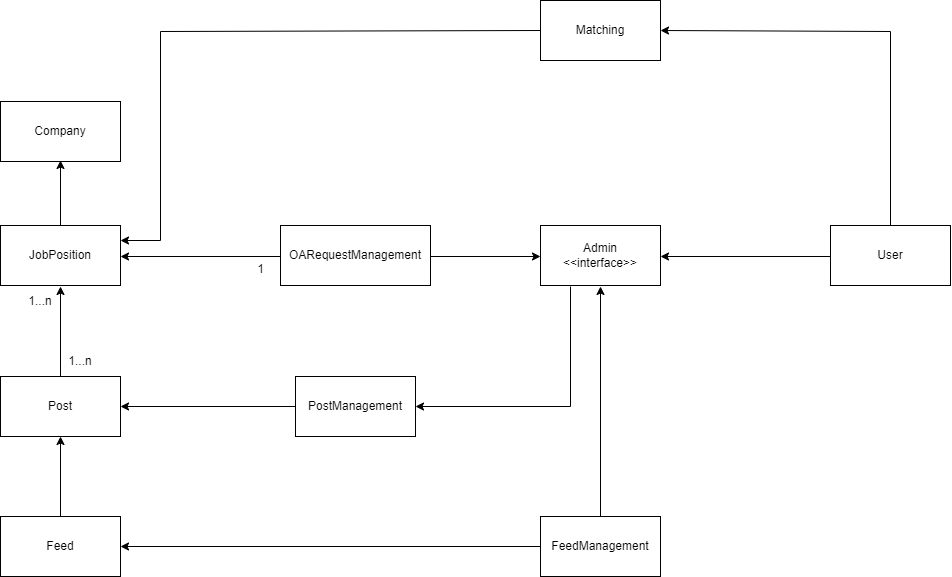
This is docs/designs/oose_UML.drawio.png from justinliuforever/oose-TeamRookieEnginners-Backend, a draw.io export, as it was before one commit. Source tidied: cells renumbered, new cells last; positions are measured from the earlier drawing's top-left corner, leaving out a move shared by most shapes. Its diagram source:
```xml
<mxGraphModel>
  <root>
    <mxCell id="0" />
    <mxCell id="1" parent="0" />
    <mxCell id="2" value="JobPosition" style="rounded=0;whiteSpace=wrap;html=1;" parent="1" vertex="1">
      <mxGeometry y="225" width="120" height="60" as="geometry" />
    </mxCell>
    <mxCell id="3" value="Post" style="rounded=0;whiteSpace=wrap;html=1;" parent="1" vertex="1">
      <mxGeometry y="376" width="120" height="60" as="geometry" />
    </mxCell>
    <mxCell id="4" value="Feed" style="rounded=0;whiteSpace=wrap;html=1;" parent="1" vertex="1">
      <mxGeometry y="516" width="120" height="60" as="geometry" />
    </mxCell>
    <mxCell id="5" value="User" style="rounded=0;whiteSpace=wrap;html=1;" parent="1" vertex="1">
      <mxGeometry x="830" y="225" width="120" height="60" as="geometry" />
    </mxCell>
    <mxCell id="6" value="OARequestManagement" style="rounded=0;whiteSpace=wrap;html=1;" parent="1" vertex="1">
      <mxGeometry x="280" y="225" width="150" height="60" as="geometry" />
    </mxCell>
    <mxCell id="7" style="endArrow=classic;html=1;rounded=0;exitX=0.5;exitY=0;exitDx=0;exitDy=0;entryX=0.5;entryY=1;entryDx=0;entryDy=0;" parent="1" edge="1" source="3">
      <mxGeometry relative="1" as="geometry">
        <mxPoint x="60" y="286" as="targetPoint" />
      </mxGeometry>
    </mxCell>
    <mxCell id="8" value="1...n" style="text;html=1;align=center;verticalAlign=middle;whiteSpace=wrap;rounded=0;" parent="1" vertex="1">
      <mxGeometry x="10" y="286" width="60" height="30" as="geometry" />
    </mxCell>
    <mxCell id="9" value="1...n" style="text;html=1;align=center;verticalAlign=middle;whiteSpace=wrap;rounded=0;" parent="1" vertex="1">
      <mxGeometry x="50" y="346" width="60" height="30" as="geometry" />
    </mxCell>
    <mxCell id="10" style="endArrow=classic;html=1;rounded=0;entryX=1;entryY=0.5;entryDx=0;entryDy=0;exitX=0;exitY=0.5;exitDx=0;exitDy=0;" parent="1" edge="1">
      <mxGeometry relative="1" as="geometry">
        <mxPoint x="280" y="256" as="sourcePoint" />
        <mxPoint x="120" y="256" as="targetPoint" />
      </mxGeometry>
    </mxCell>
    <mxCell id="11" value="1" style="text;html=1;align=center;verticalAlign=middle;strokeColor=none;fillColor=none;" parent="1" vertex="1">
      <mxGeometry x="245" y="254" width="30" height="30" as="geometry" />
    </mxCell>
    <mxCell id="12" value="Admin&lt;div&gt;&amp;lt;&amp;lt;interface&amp;gt;&amp;gt;&lt;/div&gt;" style="rounded=0;whiteSpace=wrap;html=1;" parent="1" vertex="1">
      <mxGeometry x="540" y="225" width="120" height="60" as="geometry" />
    </mxCell>
    <mxCell id="13" style="endArrow=classic;html=1;rounded=0;exitX=1;exitY=0.5;exitDx=0;exitDy=0;entryX=0;entryY=0.5;entryDx=0;entryDy=0;" parent="1" edge="1">
      <mxGeometry relative="1" as="geometry">
        <mxPoint x="430" y="256" as="sourcePoint" />
        <mxPoint x="540" y="256" as="targetPoint" />
      </mxGeometry>
    </mxCell>
    <mxCell id="14" value="FeedManagement" style="rounded=0;whiteSpace=wrap;html=1;" parent="1" vertex="1">
      <mxGeometry x="540" y="516" width="120" height="60" as="geometry" />
    </mxCell>
    <mxCell id="15" style="endArrow=classic;html=1;rounded=0;entryX=0.5;entryY=1;entryDx=0;entryDy=0;exitX=0.5;exitY=0;exitDx=0;exitDy=0;" parent="1" edge="1" source="14">
      <mxGeometry relative="1" as="geometry">
        <mxPoint x="600" y="286" as="targetPoint" />
      </mxGeometry>
    </mxCell>
    <mxCell id="16" style="endArrow=classic;html=1;rounded=0;entryX=1;entryY=0.5;entryDx=0;entryDy=0;exitX=0;exitY=0.5;exitDx=0;exitDy=0;" parent="1" edge="1">
      <mxGeometry relative="1" as="geometry">
        <mxPoint x="830" y="256" as="sourcePoint" />
        <mxPoint x="660" y="256" as="targetPoint" />
      </mxGeometry>
    </mxCell>
    <mxCell id="17" style="endArrow=classic;html=1;rounded=0;exitX=0.5;exitY=0;exitDx=0;exitDy=0;entryX=0.5;entryY=1;entryDx=0;entryDy=0;" parent="1" edge="1" source="4" target="3">
      <mxGeometry relative="1" as="geometry" />
    </mxCell>
    <mxCell id="18" style="endArrow=classic;html=1;rounded=0;entryX=1;entryY=0.5;entryDx=0;entryDy=0;exitX=0;exitY=0.5;exitDx=0;exitDy=0;" parent="1" edge="1" source="14" target="4">
      <mxGeometry relative="1" as="geometry" />
    </mxCell>
    <mxCell id="19" value="PostManagement" style="rounded=0;whiteSpace=wrap;html=1;" parent="1" vertex="1">
      <mxGeometry x="295" y="376" width="120" height="60" as="geometry" />
    </mxCell>
    <mxCell id="20" style="endArrow=classic;html=1;rounded=0;entryX=1;entryY=0.5;entryDx=0;entryDy=0;exitX=0;exitY=0.5;exitDx=0;exitDy=0;" parent="1" edge="1" source="19" target="3">
      <mxGeometry relative="1" as="geometry" />
    </mxCell>
    <mxCell id="21" style="endArrow=classic;html=1;rounded=0;exitX=0.25;exitY=1;exitDx=0;exitDy=0;entryX=1;entryY=0.5;entryDx=0;entryDy=0;" parent="1" edge="1" target="19">
      <mxGeometry relative="1" as="geometry">
        <mxPoint x="570" y="286" as="sourcePoint" />
        <Array as="points">
          <mxPoint x="570" y="406" />
        </Array>
      </mxGeometry>
    </mxCell>
    <mxCell id="22" value="Company" style="rounded=0;whiteSpace=wrap;html=1;" parent="1" vertex="1">
      <mxGeometry y="101" width="120" height="60" as="geometry" />
    </mxCell>
    <mxCell id="23" style="endArrow=classic;html=1;rounded=0;exitX=0.5;exitY=0;exitDx=0;exitDy=0;entryX=0.5;entryY=1;entryDx=0;entryDy=0;" parent="1" edge="1" source="2">
      <mxGeometry relative="1" as="geometry">
        <mxPoint x="60" y="160" as="targetPoint" />
      </mxGeometry>
    </mxCell>
    <mxCell id="24" value="Matching" style="rounded=0;whiteSpace=wrap;html=1;" parent="1" vertex="1">
      <mxGeometry x="540" width="120" height="60" as="geometry" />
    </mxCell>
    <mxCell id="25" style="endArrow=classic;html=1;rounded=0;entryX=1;entryY=0.5;entryDx=0;entryDy=0;exitX=0.5;exitY=0;exitDx=0;exitDy=0;" parent="1" edge="1" source="5" target="24">
      <mxGeometry relative="1" as="geometry">
        <Array as="points">
          <mxPoint x="890" y="31" />
        </Array>
      </mxGeometry>
    </mxCell>
    <mxCell id="26" style="endArrow=classic;html=1;rounded=0;exitX=0;exitY=0.5;exitDx=0;exitDy=0;entryX=1;entryY=0.25;entryDx=0;entryDy=0;" parent="1" edge="1" source="24" target="2">
      <mxGeometry relative="1" as="geometry">
        <Array as="points">
          <mxPoint x="160" y="31" />
          <mxPoint x="160" y="240" />
        </Array>
      </mxGeometry>
    </mxCell>
  </root>
</mxGraphModel>
```
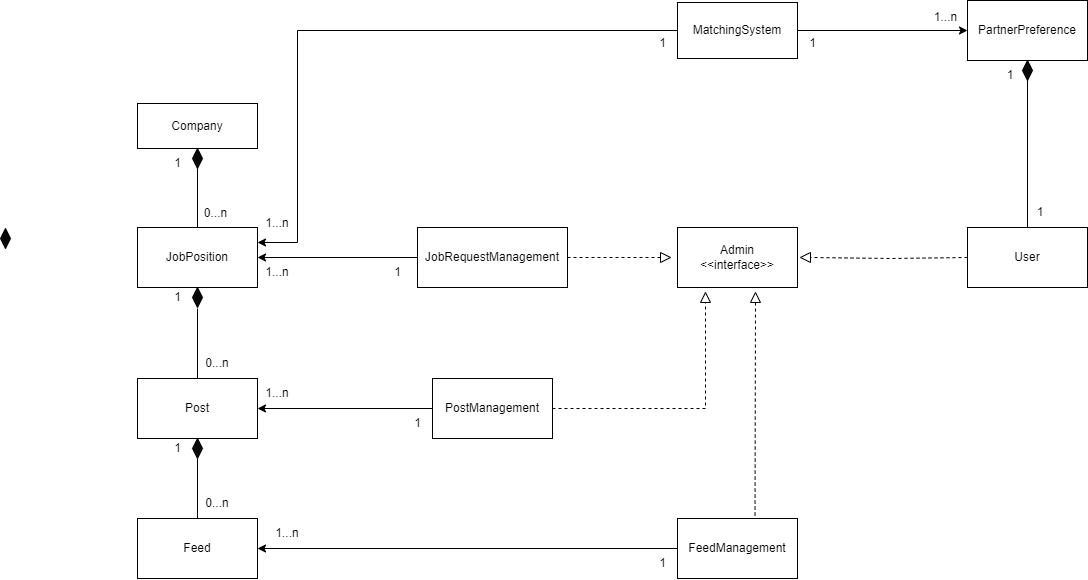
The same diagram one commit later.

Change to the diagram source:
```diff
@@ -14,55 +14,21 @@
     <mxCell id="5" value="User" style="rounded=0;whiteSpace=wrap;html=1;" parent="1" vertex="1">
       <mxGeometry x="830" y="225" width="120" height="60" as="geometry" />
     </mxCell>
-    <mxCell id="6" value="OARequestManagement" style="rounded=0;whiteSpace=wrap;html=1;" parent="1" vertex="1">
+    <mxCell id="6" value="JobRequestManagement" style="rounded=0;whiteSpace=wrap;html=1;" parent="1" vertex="1">
       <mxGeometry x="280" y="225" width="150" height="60" as="geometry" />
     </mxCell>
-    <mxCell id="7" style="endArrow=classic;html=1;rounded=0;exitX=0.5;exitY=0;exitDx=0;exitDy=0;entryX=0.5;entryY=1;entryDx=0;entryDy=0;" parent="1" edge="1" source="3">
-      <mxGeometry relative="1" as="geometry">
-        <mxPoint x="60" y="286" as="targetPoint" />
-      </mxGeometry>
-    </mxCell>
-    <mxCell id="8" value="1...n" style="text;html=1;align=center;verticalAlign=middle;whiteSpace=wrap;rounded=0;" parent="1" vertex="1">
-      <mxGeometry x="10" y="286" width="60" height="30" as="geometry" />
-    </mxCell>
-    <mxCell id="9" value="1...n" style="text;html=1;align=center;verticalAlign=middle;whiteSpace=wrap;rounded=0;" parent="1" vertex="1">
+    <mxCell id="9" value="0...n" style="text;html=1;align=center;verticalAlign=middle;whiteSpace=wrap;rounded=0;" parent="1" vertex="1">
       <mxGeometry x="50" y="346" width="60" height="30" as="geometry" />
     </mxCell>
-    <mxCell id="10" style="endArrow=classic;html=1;rounded=0;entryX=1;entryY=0.5;entryDx=0;entryDy=0;exitX=0;exitY=0.5;exitDx=0;exitDy=0;" parent="1" edge="1">
-      <mxGeometry relative="1" as="geometry">
-        <mxPoint x="280" y="256" as="sourcePoint" />
-        <mxPoint x="120" y="256" as="targetPoint" />
-      </mxGeometry>
-    </mxCell>
     <mxCell id="11" value="1" style="text;html=1;align=center;verticalAlign=middle;strokeColor=none;fillColor=none;" parent="1" vertex="1">
-      <mxGeometry x="245" y="254" width="30" height="30" as="geometry" />
+      <mxGeometry x="245" y="255" width="30" height="30" as="geometry" />
     </mxCell>
     <mxCell id="12" value="Admin&lt;div&gt;&amp;lt;&amp;lt;interface&amp;gt;&amp;gt;&lt;/div&gt;" style="rounded=0;whiteSpace=wrap;html=1;" parent="1" vertex="1">
       <mxGeometry x="540" y="225" width="120" height="60" as="geometry" />
     </mxCell>
-    <mxCell id="13" style="endArrow=classic;html=1;rounded=0;exitX=1;exitY=0.5;exitDx=0;exitDy=0;entryX=0;entryY=0.5;entryDx=0;entryDy=0;" parent="1" edge="1">
-      <mxGeometry relative="1" as="geometry">
-        <mxPoint x="430" y="256" as="sourcePoint" />
-        <mxPoint x="540" y="256" as="targetPoint" />
-      </mxGeometry>
-    </mxCell>
     <mxCell id="14" value="FeedManagement" style="rounded=0;whiteSpace=wrap;html=1;" parent="1" vertex="1">
       <mxGeometry x="540" y="516" width="120" height="60" as="geometry" />
     </mxCell>
-    <mxCell id="15" style="endArrow=classic;html=1;rounded=0;entryX=0.5;entryY=1;entryDx=0;entryDy=0;exitX=0.5;exitY=0;exitDx=0;exitDy=0;" parent="1" edge="1" source="14">
-      <mxGeometry relative="1" as="geometry">
-        <mxPoint x="600" y="286" as="targetPoint" />
-      </mxGeometry>
-    </mxCell>
-    <mxCell id="16" style="endArrow=classic;html=1;rounded=0;entryX=1;entryY=0.5;entryDx=0;entryDy=0;exitX=0;exitY=0.5;exitDx=0;exitDy=0;" parent="1" edge="1">
-      <mxGeometry relative="1" as="geometry">
-        <mxPoint x="830" y="256" as="sourcePoint" />
-        <mxPoint x="660" y="256" as="targetPoint" />
-      </mxGeometry>
-    </mxCell>
-    <mxCell id="17" style="endArrow=classic;html=1;rounded=0;exitX=0.5;exitY=0;exitDx=0;exitDy=0;entryX=0.5;entryY=1;entryDx=0;entryDy=0;" parent="1" edge="1" source="4" target="3">
-      <mxGeometry relative="1" as="geometry" />
-    </mxCell>
     <mxCell id="18" style="endArrow=classic;html=1;rounded=0;entryX=1;entryY=0.5;entryDx=0;entryDy=0;exitX=0;exitY=0.5;exitDx=0;exitDy=0;" parent="1" edge="1" source="14" target="4">
       <mxGeometry relative="1" as="geometry" />
     </mxCell>
@@ -72,39 +38,143 @@
     <mxCell id="20" style="endArrow=classic;html=1;rounded=0;entryX=1;entryY=0.5;entryDx=0;entryDy=0;exitX=0;exitY=0.5;exitDx=0;exitDy=0;" parent="1" edge="1" source="19" target="3">
       <mxGeometry relative="1" as="geometry" />
     </mxCell>
-    <mxCell id="21" style="endArrow=classic;html=1;rounded=0;exitX=0.25;exitY=1;exitDx=0;exitDy=0;entryX=1;entryY=0.5;entryDx=0;entryDy=0;" parent="1" edge="1" target="19">
-      <mxGeometry relative="1" as="geometry">
-        <mxPoint x="570" y="286" as="sourcePoint" />
-        <Array as="points">
-          <mxPoint x="570" y="406" />
-        </Array>
-      </mxGeometry>
-    </mxCell>
     <mxCell id="22" value="Company" style="rounded=0;whiteSpace=wrap;html=1;" parent="1" vertex="1">
-      <mxGeometry y="101" width="120" height="60" as="geometry" />
+      <mxGeometry y="101" width="120" height="45" as="geometry" />
     </mxCell>
-    <mxCell id="23" style="endArrow=classic;html=1;rounded=0;exitX=0.5;exitY=0;exitDx=0;exitDy=0;entryX=0.5;entryY=1;entryDx=0;entryDy=0;" parent="1" edge="1" source="2">
-      <mxGeometry relative="1" as="geometry">
-        <mxPoint x="60" y="160" as="targetPoint" />
-      </mxGeometry>
-    </mxCell>
-    <mxCell id="24" value="Matching" style="rounded=0;whiteSpace=wrap;html=1;" parent="1" vertex="1">
-      <mxGeometry x="540" width="120" height="60" as="geometry" />
+    <mxCell id="24" value="MatchingSystem" style="rounded=0;whiteSpace=wrap;html=1;" parent="1" vertex="1">
+      <mxGeometry x="540" width="120" height="56" as="geometry" />
     </mxCell>
-    <mxCell id="25" style="endArrow=classic;html=1;rounded=0;entryX=1;entryY=0.5;entryDx=0;entryDy=0;exitX=0.5;exitY=0;exitDx=0;exitDy=0;" parent="1" edge="1" source="5" target="24">
-      <mxGeometry relative="1" as="geometry">
-        <Array as="points">
-          <mxPoint x="890" y="31" />
-        </Array>
-      </mxGeometry>
-    </mxCell>
-    <mxCell id="26" style="endArrow=classic;html=1;rounded=0;exitX=0;exitY=0.5;exitDx=0;exitDy=0;entryX=1;entryY=0.25;entryDx=0;entryDy=0;" parent="1" edge="1" source="24" target="2">
+    <mxCell id="26" style="endArrow=classic;html=1;rounded=0;entryX=1;entryY=0.25;entryDx=0;entryDy=0;exitX=0;exitY=0.5;exitDx=0;exitDy=0;" parent="1" edge="1" source="24" target="2">
       <mxGeometry relative="1" as="geometry">
         <Array as="points">
-          <mxPoint x="160" y="31" />
+          <mxPoint x="160" y="28" />
           <mxPoint x="160" y="240" />
         </Array>
       </mxGeometry>
     </mxCell>
+    <mxCell id="27" style="endArrow=none;html=1;rounded=0;exitX=0.5;exitY=0;exitDx=0;exitDy=0;" parent="1" edge="1" source="2">
+      <mxGeometry relative="1" as="geometry">
+        <mxPoint x="60" y="166" as="targetPoint" />
+      </mxGeometry>
+    </mxCell>
+    <mxCell id="28" value="0...n" style="text;html=1;align=center;verticalAlign=middle;whiteSpace=wrap;rounded=0;" parent="1" vertex="1">
+      <mxGeometry x="37" y="196" width="83" height="30" as="geometry" />
+    </mxCell>
+    <mxCell id="29" style="endArrow=none;html=1;rounded=0;exitX=0.5;exitY=0;exitDx=0;exitDy=0;" parent="1" edge="1" source="3">
+      <mxGeometry relative="1" as="geometry">
+        <mxPoint x="60" y="306" as="targetPoint" />
+      </mxGeometry>
+    </mxCell>
+    <mxCell id="30" style="endArrow=none;html=1;rounded=0;exitX=0.5;exitY=0;exitDx=0;exitDy=0;" parent="1" edge="1" source="4">
+      <mxGeometry relative="1" as="geometry">
+        <mxPoint x="60" y="456" as="targetPoint" />
+      </mxGeometry>
+    </mxCell>
+    <mxCell id="31" value="1...n" style="text;html=1;align=center;verticalAlign=middle;whiteSpace=wrap;rounded=0;" parent="1" vertex="1">
+      <mxGeometry x="110" y="376" width="60" height="30" as="geometry" />
+    </mxCell>
+    <mxCell id="32" value="1...n" style="text;html=1;align=center;verticalAlign=middle;whiteSpace=wrap;rounded=0;" parent="1" vertex="1">
+      <mxGeometry x="120" y="516" width="60" height="30" as="geometry" />
+    </mxCell>
+    <mxCell id="33" style="rhombus;whiteSpace=wrap;html=1;fillColor=#080808;" parent="1" vertex="1">
+      <mxGeometry x="-137" y="226" width="10" height="20" as="geometry" />
+    </mxCell>
+    <mxCell id="34" style="rhombus;whiteSpace=wrap;html=1;fillColor=#080808;" parent="1" vertex="1">
+      <mxGeometry x="55" y="146" width="10" height="20" as="geometry" />
+    </mxCell>
+    <mxCell id="35" style="rhombus;whiteSpace=wrap;html=1;fillColor=#080808;" parent="1" vertex="1">
+      <mxGeometry x="55" y="285" width="10" height="20" as="geometry" />
+    </mxCell>
+    <mxCell id="36" style="rhombus;whiteSpace=wrap;html=1;fillColor=#080808;" parent="1" vertex="1">
+      <mxGeometry x="55" y="436" width="10" height="20" as="geometry" />
+    </mxCell>
+    <mxCell id="37" value="0...n" style="text;html=1;align=center;verticalAlign=middle;whiteSpace=wrap;rounded=0;" parent="1" vertex="1">
+      <mxGeometry x="50" y="486" width="60" height="30" as="geometry" />
+    </mxCell>
+    <mxCell id="38" style="endArrow=classic;html=1;rounded=0;entryX=1;entryY=0.5;entryDx=0;entryDy=0;exitX=0;exitY=0.5;exitDx=0;exitDy=0;" parent="1" edge="1" source="6" target="2">
+      <mxGeometry relative="1" as="geometry" />
+    </mxCell>
+    <mxCell id="39" value="1...n" style="text;html=1;align=center;verticalAlign=middle;whiteSpace=wrap;rounded=0;" parent="1" vertex="1">
+      <mxGeometry x="110" y="255" width="60" height="30" as="geometry" />
+    </mxCell>
+    <mxCell id="40" style="endArrow=none;dashed=1;html=1;rounded=0;exitX=1;exitY=0.5;exitDx=0;exitDy=0;" parent="1" edge="1" source="6" target="41">
+      <mxGeometry relative="1" as="geometry" />
+    </mxCell>
+    <mxCell id="41" style="triangle;whiteSpace=wrap;html=1;" parent="1" vertex="1">
+      <mxGeometry x="523" y="250" width="10" height="10" as="geometry" />
+    </mxCell>
+    <mxCell id="42" style="endArrow=none;dashed=1;html=1;rounded=0;exitX=1;exitY=0.5;exitDx=0;exitDy=0;entryX=0;entryY=0.5;entryDx=0;entryDy=0;" parent="1" edge="1" source="19" target="43">
+      <mxGeometry relative="1" as="geometry">
+        <Array as="points">
+          <mxPoint x="568" y="406" />
+        </Array>
+      </mxGeometry>
+    </mxCell>
+    <mxCell id="43" style="triangle;whiteSpace=wrap;html=1;rotation=-90;" parent="1" vertex="1">
+      <mxGeometry x="563" y="290" width="10" height="10" as="geometry" />
+    </mxCell>
+    <mxCell id="44" style="endArrow=none;dashed=1;html=1;rounded=0;exitX=0;exitY=0.5;exitDx=0;exitDy=0;entryX=0;entryY=0.5;entryDx=0;entryDy=0;" parent="1" edge="1" source="5" target="45">
+      <mxGeometry relative="1" as="geometry">
+        <Array as="points">
+          <mxPoint x="753" y="256" />
+        </Array>
+      </mxGeometry>
+    </mxCell>
+    <mxCell id="45" style="triangle;whiteSpace=wrap;html=1;rotation=-180;" parent="1" vertex="1">
+      <mxGeometry x="663" y="250" width="10" height="10" as="geometry" />
+    </mxCell>
+    <mxCell id="46" style="endArrow=none;dashed=1;html=1;rounded=0;exitX=0.646;exitY=-0.049;exitDx=0;exitDy=0;exitPerimeter=0;entryX=0;entryY=0.5;entryDx=0;entryDy=0;" parent="1" edge="1" source="14" target="47">
+      <mxGeometry relative="1" as="geometry" />
+    </mxCell>
+    <mxCell id="47" style="triangle;whiteSpace=wrap;html=1;rotation=-90;" parent="1" vertex="1">
+      <mxGeometry x="613" y="290" width="10" height="10" as="geometry" />
+    </mxCell>
+    <mxCell id="48" value="1...n" style="text;html=1;align=center;verticalAlign=middle;whiteSpace=wrap;rounded=0;" parent="1" vertex="1">
+      <mxGeometry x="110" y="206" width="60" height="30" as="geometry" />
+    </mxCell>
+    <mxCell id="49" value="1" style="text;html=1;align=center;verticalAlign=middle;strokeColor=none;fillColor=none;" parent="1" vertex="1">
+      <mxGeometry x="510" y="26" width="30" height="30" as="geometry" />
+    </mxCell>
+    <mxCell id="50" value="PartnerPreference" style="rounded=0;whiteSpace=wrap;html=1;" parent="1" vertex="1">
+      <mxGeometry x="830" y="-2" width="120" height="60" as="geometry" />
+    </mxCell>
+    <mxCell id="51" style="endArrow=none;html=1;rounded=0;exitX=0.5;exitY=0;exitDx=0;exitDy=0;" parent="1" edge="1" source="5">
+      <mxGeometry relative="1" as="geometry">
+        <mxPoint x="890" y="76" as="targetPoint" />
+      </mxGeometry>
+    </mxCell>
+    <mxCell id="52" style="rhombus;whiteSpace=wrap;html=1;fillColor=#080808;" parent="1" vertex="1">
+      <mxGeometry x="885" y="58" width="10" height="20" as="geometry" />
+    </mxCell>
+    <mxCell id="53" value="1" style="text;html=1;align=center;verticalAlign=middle;whiteSpace=wrap;rounded=0;" parent="1" vertex="1">
+      <mxGeometry x="873" y="195" width="60" height="30" as="geometry" />
+    </mxCell>
+    <mxCell id="54" value="1" style="text;html=1;align=center;verticalAlign=middle;whiteSpace=wrap;rounded=0;" parent="1" vertex="1">
+      <mxGeometry x="843" y="58" width="60" height="30" as="geometry" />
+    </mxCell>
+    <mxCell id="55" style="endArrow=classic;html=1;rounded=0;entryX=0;entryY=0.5;entryDx=0;entryDy=0;exitX=1;exitY=0.5;exitDx=0;exitDy=0;" parent="1" edge="1" source="24" target="50">
+      <mxGeometry relative="1" as="geometry" />
+    </mxCell>
+    <mxCell id="56" value="1" style="text;html=1;align=center;verticalAlign=middle;strokeColor=none;fillColor=none;" parent="1" vertex="1">
+      <mxGeometry x="660" y="26" width="30" height="30" as="geometry" />
+    </mxCell>
+    <mxCell id="57" value="1...n" style="text;html=1;align=center;verticalAlign=middle;strokeColor=none;fillColor=none;" parent="1" vertex="1">
+      <mxGeometry x="783" width="50" height="30" as="geometry" />
+    </mxCell>
+    <mxCell id="58" value="1" style="text;html=1;align=center;verticalAlign=middle;strokeColor=none;fillColor=none;" parent="1" vertex="1">
+      <mxGeometry x="265" y="406" width="30" height="30" as="geometry" />
+    </mxCell>
+    <mxCell id="59" value="1" style="text;html=1;align=center;verticalAlign=middle;strokeColor=none;fillColor=none;" parent="1" vertex="1">
+      <mxGeometry x="25" y="431" width="30" height="30" as="geometry" />
+    </mxCell>
+    <mxCell id="60" value="1" style="text;html=1;align=center;verticalAlign=middle;strokeColor=none;fillColor=none;" parent="1" vertex="1">
+      <mxGeometry x="25" y="280" width="30" height="30" as="geometry" />
+    </mxCell>
+    <mxCell id="61" value="1" style="text;html=1;align=center;verticalAlign=middle;strokeColor=none;fillColor=none;" parent="1" vertex="1">
+      <mxGeometry x="25" y="146" width="30" height="30" as="geometry" />
+    </mxCell>
+    <mxCell id="62" value="1" style="text;html=1;align=center;verticalAlign=middle;strokeColor=none;fillColor=none;" parent="1" vertex="1">
+      <mxGeometry x="510" y="546" width="30" height="30" as="geometry" />
+    </mxCell>
   </root>
 </mxGraphModel>
```
